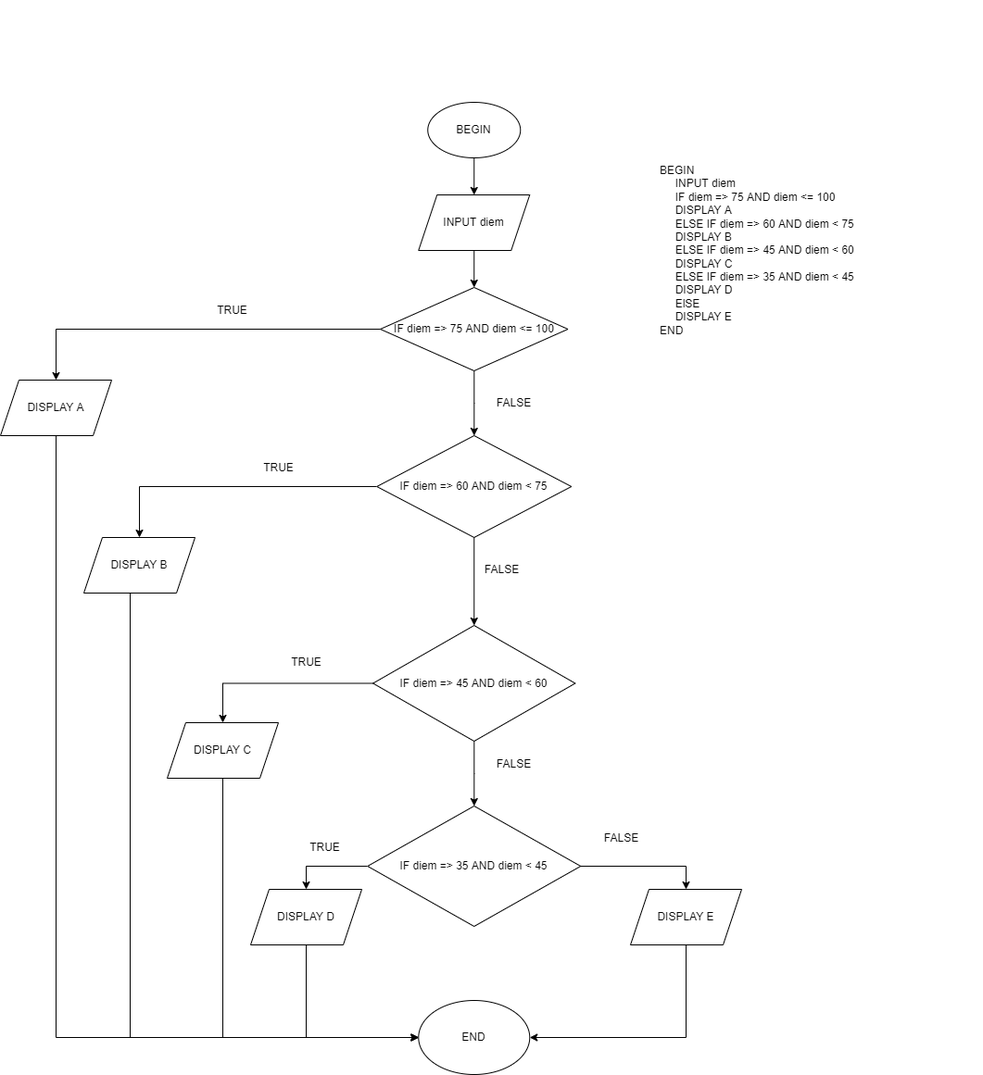
Earlier version of the draw.io export ss3_ma_gia_va _luu_do/bai_tap/mo_ta_thuat_toan_co_cau_truc_dieu_kien.drawio.png (congtranc0722g1/C0722G1-TranTanCong). Source tidied: cells renumbered, new cells last; positions are measured from the earlier drawing's top-left corner, leaving out a move shared by most shapes. The source it was exported from:
```xml
<mxGraphModel>
  <root>
    <mxCell id="0" />
    <mxCell id="1" parent="0" />
    <mxCell id="2" value="BEGIN" style="ellipse;whiteSpace=wrap;html=1;" parent="1" vertex="1">
      <mxGeometry x="461.2" y="110" width="100" height="60" as="geometry" />
    </mxCell>
    <mxCell id="3" value="INPUT diem" style="shape=parallelogram;perimeter=parallelogramPerimeter;whiteSpace=wrap;html=1;fixedSize=1;" parent="1" vertex="1">
      <mxGeometry x="451.2" y="210" width="120" height="60" as="geometry" />
    </mxCell>
    <mxCell id="4" style="edgeStyle=orthogonalEdgeStyle;rounded=0;jettySize=auto;html=1;" parent="1" edge="1" source="6" target="12">
      <mxGeometry relative="1" as="geometry" />
    </mxCell>
    <mxCell id="5" style="edgeStyle=orthogonalEdgeStyle;rounded=0;jettySize=auto;html=1;entryX=0.5;entryY=0;entryDx=0;entryDy=0;" parent="1" edge="1" source="6" target="8">
      <mxGeometry relative="1" as="geometry" />
    </mxCell>
    <mxCell id="6" value="IF diem =&gt; 75 AND diem &lt;= 100" style="rhombus;whiteSpace=wrap;html=1;" parent="1" vertex="1">
      <mxGeometry x="410" y="310" width="202.5" height="90" as="geometry" />
    </mxCell>
    <mxCell id="7" style="edgeStyle=orthogonalEdgeStyle;rounded=0;jettySize=auto;html=1;entryX=0;entryY=0.5;entryDx=0;entryDy=0;" parent="1" edge="1" source="8" target="30">
      <mxGeometry relative="1" as="geometry">
        <Array as="points">
          <mxPoint x="60" y="1120" />
        </Array>
      </mxGeometry>
    </mxCell>
    <mxCell id="8" value="DISPLAY A" style="shape=parallelogram;perimeter=parallelogramPerimeter;whiteSpace=wrap;html=1;fixedSize=1;" parent="1" vertex="1">
      <mxGeometry y="410" width="120" height="60" as="geometry" />
    </mxCell>
    <mxCell id="9" value="TRUE" style="text;html=1;align=center;verticalAlign=middle;strokeColor=none;fillColor=none;" parent="1" vertex="1">
      <mxGeometry x="220" y="320" width="60" height="30" as="geometry" />
    </mxCell>
    <mxCell id="10" style="edgeStyle=orthogonalEdgeStyle;rounded=0;jettySize=auto;html=1;entryX=0.5;entryY=0;entryDx=0;entryDy=0;" parent="1" edge="1" source="12" target="17">
      <mxGeometry relative="1" as="geometry" />
    </mxCell>
    <mxCell id="11" style="edgeStyle=orthogonalEdgeStyle;rounded=0;jettySize=auto;html=1;entryX=0.5;entryY=0;entryDx=0;entryDy=0;" parent="1" edge="1" source="12" target="21">
      <mxGeometry relative="1" as="geometry" />
    </mxCell>
    <mxCell id="12" value="IF diem =&amp;gt; 60 AND diem &amp;lt; 75" style="rhombus;whiteSpace=wrap;html=1;" parent="1" vertex="1">
      <mxGeometry x="406.2" y="470" width="210" height="110" as="geometry" />
    </mxCell>
    <mxCell id="13" value="FALSE" style="text;html=1;align=center;verticalAlign=middle;strokeColor=none;fillColor=none;" parent="1" vertex="1">
      <mxGeometry x="524" y="420" width="60" height="30" as="geometry" />
    </mxCell>
    <mxCell id="14" style="endArrow=classic;html=1;rounded=0;exitX=0.5;exitY=1;exitDx=0;exitDy=0;entryX=0.5;entryY=0;entryDx=0;entryDy=0;" parent="1" edge="1" source="2" target="3">
      <mxGeometry relative="1" as="geometry" />
    </mxCell>
    <mxCell id="15" style="endArrow=classic;html=1;rounded=0;exitX=0.5;exitY=1;exitDx=0;exitDy=0;entryX=0.5;entryY=0;entryDx=0;entryDy=0;" parent="1" edge="1" source="3" target="6">
      <mxGeometry relative="1" as="geometry" />
    </mxCell>
    <mxCell id="16" style="edgeStyle=orthogonalEdgeStyle;rounded=0;jettySize=auto;html=1;entryX=0;entryY=0.5;entryDx=0;entryDy=0;" parent="1" edge="1" source="17" target="30">
      <mxGeometry relative="1" as="geometry">
        <Array as="points">
          <mxPoint x="140" y="1120" />
        </Array>
      </mxGeometry>
    </mxCell>
    <mxCell id="17" value="DISPLAY B" style="shape=parallelogram;perimeter=parallelogramPerimeter;whiteSpace=wrap;html=1;fixedSize=1;" parent="1" vertex="1">
      <mxGeometry x="90" y="580" width="120" height="60" as="geometry" />
    </mxCell>
    <mxCell id="18" value="TRUE" style="text;html=1;align=center;verticalAlign=middle;strokeColor=none;fillColor=none;" parent="1" vertex="1">
      <mxGeometry x="270" y="490" width="60" height="30" as="geometry" />
    </mxCell>
    <mxCell id="19" style="edgeStyle=orthogonalEdgeStyle;rounded=0;jettySize=auto;html=1;entryX=0.5;entryY=0;entryDx=0;entryDy=0;" parent="1" edge="1" source="21" target="24">
      <mxGeometry relative="1" as="geometry" />
    </mxCell>
    <mxCell id="20" style="edgeStyle=orthogonalEdgeStyle;rounded=0;jettySize=auto;html=1;" parent="1" edge="1" source="21" target="28">
      <mxGeometry relative="1" as="geometry" />
    </mxCell>
    <mxCell id="21" value="IF diem =&amp;gt; 45 AND diem &amp;lt; 60" style="rhombus;whiteSpace=wrap;html=1;" parent="1" vertex="1">
      <mxGeometry x="402.1" y="675" width="218.2" height="125" as="geometry" />
    </mxCell>
    <mxCell id="22" value="FALSE" style="text;html=1;align=center;verticalAlign=middle;strokeColor=none;fillColor=none;" parent="1" vertex="1">
      <mxGeometry x="511.2" y="600" width="60" height="30" as="geometry" />
    </mxCell>
    <mxCell id="23" style="edgeStyle=orthogonalEdgeStyle;rounded=0;jettySize=auto;html=1;entryX=0;entryY=0.5;entryDx=0;entryDy=0;" parent="1" edge="1" source="24" target="30">
      <mxGeometry relative="1" as="geometry">
        <Array as="points">
          <mxPoint x="240" y="1120" />
        </Array>
      </mxGeometry>
    </mxCell>
    <mxCell id="24" value="DISPLAY C" style="shape=parallelogram;perimeter=parallelogramPerimeter;whiteSpace=wrap;html=1;fixedSize=1;" parent="1" vertex="1">
      <mxGeometry x="180" y="780" width="120" height="60" as="geometry" />
    </mxCell>
    <mxCell id="25" value="TRUE" style="text;html=1;align=center;verticalAlign=middle;strokeColor=none;fillColor=none;" parent="1" vertex="1">
      <mxGeometry x="300" y="700" width="60" height="30" as="geometry" />
    </mxCell>
    <mxCell id="26" style="edgeStyle=orthogonalEdgeStyle;rounded=0;jettySize=auto;html=1;entryX=0.5;entryY=0;entryDx=0;entryDy=0;" parent="1" edge="1" source="28" target="32">
      <mxGeometry relative="1" as="geometry" />
    </mxCell>
    <mxCell id="27" style="edgeStyle=orthogonalEdgeStyle;rounded=0;jettySize=auto;html=1;entryX=0.5;entryY=0;entryDx=0;entryDy=0;" parent="1" edge="1" source="28" target="35">
      <mxGeometry relative="1" as="geometry" />
    </mxCell>
    <mxCell id="28" value="IF diem =&amp;gt; 35 AND diem &amp;lt; 45" style="rhombus;whiteSpace=wrap;html=1;" parent="1" vertex="1">
      <mxGeometry x="396.3" y="870" width="230" height="130" as="geometry" />
    </mxCell>
    <mxCell id="29" value="FALSE" style="text;html=1;align=center;verticalAlign=middle;strokeColor=none;fillColor=none;" parent="1" vertex="1">
      <mxGeometry x="524" y="810" width="60" height="30" as="geometry" />
    </mxCell>
    <mxCell id="30" value="END" style="ellipse;whiteSpace=wrap;html=1;" parent="1" vertex="1">
      <mxGeometry x="451.3" y="1080" width="120" height="80" as="geometry" />
    </mxCell>
    <mxCell id="31" style="edgeStyle=orthogonalEdgeStyle;rounded=0;jettySize=auto;html=1;entryX=0;entryY=0.5;entryDx=0;entryDy=0;" parent="1" edge="1" source="32" target="30">
      <mxGeometry relative="1" as="geometry">
        <Array as="points">
          <mxPoint x="330" y="1120" />
        </Array>
      </mxGeometry>
    </mxCell>
    <mxCell id="32" value="DISPLAY D" style="shape=parallelogram;perimeter=parallelogramPerimeter;whiteSpace=wrap;html=1;fixedSize=1;" parent="1" vertex="1">
      <mxGeometry x="270" y="960" width="120" height="60" as="geometry" />
    </mxCell>
    <mxCell id="33" value="TRUE" style="text;html=1;align=center;verticalAlign=middle;strokeColor=none;fillColor=none;" parent="1" vertex="1">
      <mxGeometry x="320" y="900" width="60" height="30" as="geometry" />
    </mxCell>
    <mxCell id="34" style="edgeStyle=orthogonalEdgeStyle;rounded=0;jettySize=auto;html=1;entryX=1;entryY=0.5;entryDx=0;entryDy=0;" parent="1" edge="1" source="35" target="30">
      <mxGeometry relative="1" as="geometry">
        <Array as="points">
          <mxPoint x="740" y="1120" />
        </Array>
      </mxGeometry>
    </mxCell>
    <mxCell id="35" value="DISPLAY E" style="shape=parallelogram;perimeter=parallelogramPerimeter;whiteSpace=wrap;html=1;fixedSize=1;" parent="1" vertex="1">
      <mxGeometry x="680" y="960" width="120" height="60" as="geometry" />
    </mxCell>
    <mxCell id="36" value="FALSE" style="text;html=1;align=center;verticalAlign=middle;strokeColor=none;fillColor=none;" parent="1" vertex="1">
      <mxGeometry x="640" y="890" width="60" height="30" as="geometry" />
    </mxCell>
    <mxCell id="37" value="&lt;div&gt;BEGIN&lt;/div&gt;&lt;div&gt;&amp;nbsp; &amp;nbsp; &amp;nbsp;INPUT diem&lt;/div&gt;&lt;div&gt;&amp;nbsp; &amp;nbsp; &amp;nbsp;IF diem =&amp;gt; 75 AND diem &amp;lt;= 100&lt;/div&gt;&lt;div&gt;&amp;nbsp; &amp;nbsp; &amp;nbsp;DISPLAY A&lt;/div&gt;&lt;div&gt;&amp;nbsp; &amp;nbsp; &amp;nbsp;ELSE IF diem =&amp;gt; 60 AND diem &amp;lt; 75&lt;/div&gt;&lt;div&gt;&amp;nbsp; &amp;nbsp; &amp;nbsp;DISPLAY B&lt;/div&gt;&lt;div&gt;&amp;nbsp; &amp;nbsp; &amp;nbsp;ELSE IF diem =&amp;gt; 45 AND diem &amp;lt; 60&lt;/div&gt;&lt;div&gt;&amp;nbsp; &amp;nbsp; &amp;nbsp;DISPLAY C&lt;/div&gt;&lt;div&gt;&amp;nbsp; &amp;nbsp; &amp;nbsp;ELSE IF diem =&amp;gt; 35 AND diem &amp;lt; 45&lt;/div&gt;&lt;div&gt;&amp;nbsp; &amp;nbsp; &amp;nbsp;DISPLAY D&lt;/div&gt;&lt;div&gt;&amp;nbsp; &amp;nbsp; &amp;nbsp;ElSE&lt;/div&gt;&lt;div&gt;&amp;nbsp; &amp;nbsp; &amp;nbsp;DISPLAY E&lt;/div&gt;&lt;div&gt;END&lt;/div&gt;" style="text;html=1;strokeColor=none;fillColor=none;align=left;verticalAlign=middle;whiteSpace=wrap;rounded=0;" parent="1" vertex="1">
      <mxGeometry x="710" width="350" height="540" as="geometry" />
    </mxCell>
  </root>
</mxGraphModel>
```
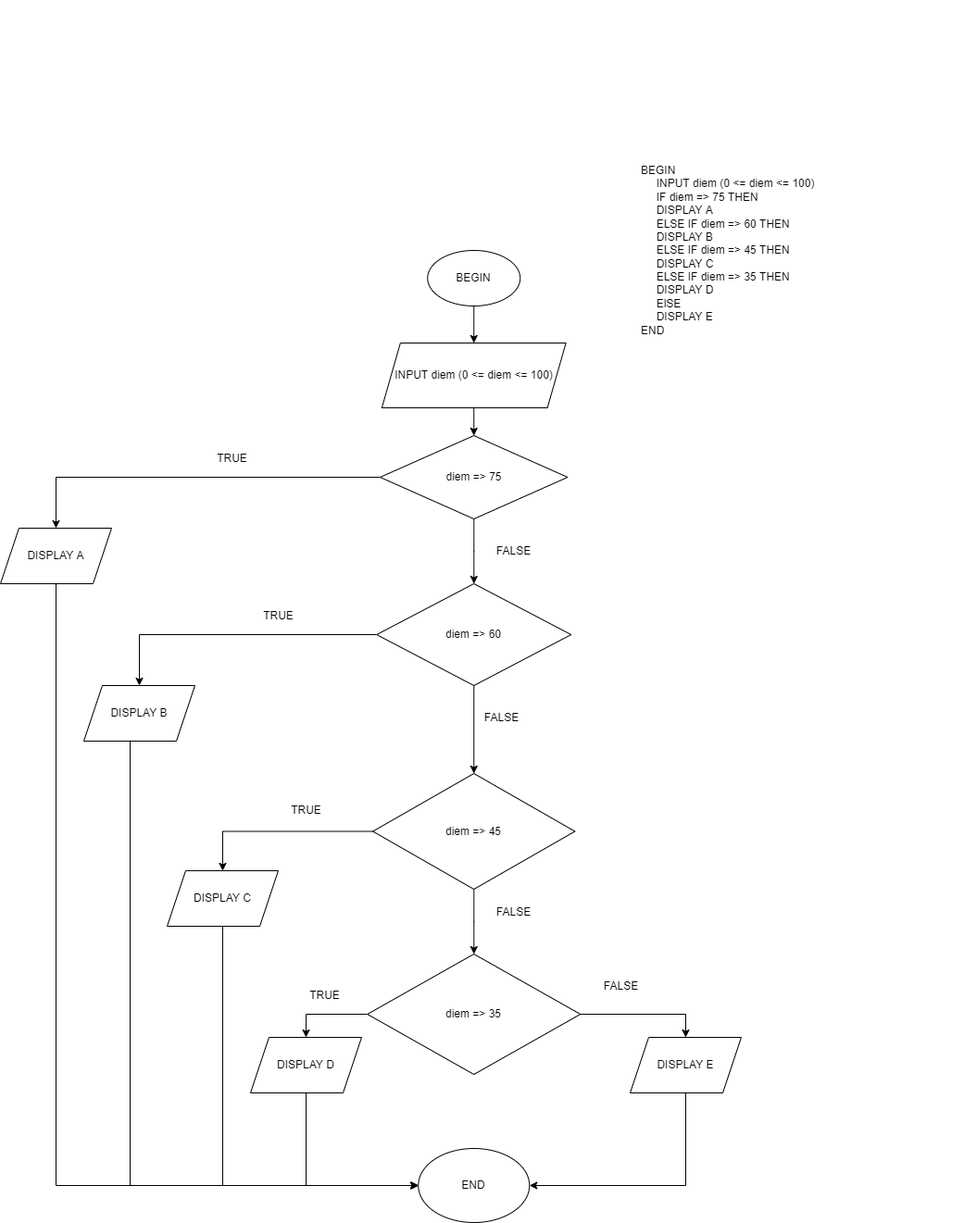
After the commit.

What changed in the source:
```diff
@@ -5,8 +5,8 @@
     <mxCell id="2" value="BEGIN" style="ellipse;whiteSpace=wrap;html=1;" parent="1" vertex="1">
       <mxGeometry x="461.2" y="110" width="100" height="60" as="geometry" />
     </mxCell>
-    <mxCell id="3" value="INPUT diem" style="shape=parallelogram;perimeter=parallelogramPerimeter;whiteSpace=wrap;html=1;fixedSize=1;" parent="1" vertex="1">
-      <mxGeometry x="451.2" y="210" width="120" height="60" as="geometry" />
+    <mxCell id="3" value="INPUT diem (0 &amp;lt;= diem &amp;lt;= 100)" style="shape=parallelogram;perimeter=parallelogramPerimeter;whiteSpace=wrap;html=1;fixedSize=1;" parent="1" vertex="1">
+      <mxGeometry x="411.9" y="210" width="198.8" height="70" as="geometry" />
     </mxCell>
     <mxCell id="4" style="edgeStyle=orthogonalEdgeStyle;rounded=0;jettySize=auto;html=1;" parent="1" edge="1" source="6" target="12">
       <mxGeometry relative="1" as="geometry" />
@@ -14,7 +14,7 @@
     <mxCell id="5" style="edgeStyle=orthogonalEdgeStyle;rounded=0;jettySize=auto;html=1;entryX=0.5;entryY=0;entryDx=0;entryDy=0;" parent="1" edge="1" source="6" target="8">
       <mxGeometry relative="1" as="geometry" />
     </mxCell>
-    <mxCell id="6" value="IF diem =&gt; 75 AND diem &lt;= 100" style="rhombus;whiteSpace=wrap;html=1;" parent="1" vertex="1">
+    <mxCell id="6" value="diem =&amp;gt; 75" style="rhombus;whiteSpace=wrap;html=1;" parent="1" vertex="1">
       <mxGeometry x="410" y="310" width="202.5" height="90" as="geometry" />
     </mxCell>
     <mxCell id="7" style="edgeStyle=orthogonalEdgeStyle;rounded=0;jettySize=auto;html=1;entryX=0;entryY=0.5;entryDx=0;entryDy=0;" parent="1" edge="1" source="8" target="30">
@@ -36,7 +36,7 @@
     <mxCell id="11" style="edgeStyle=orthogonalEdgeStyle;rounded=0;jettySize=auto;html=1;entryX=0.5;entryY=0;entryDx=0;entryDy=0;" parent="1" edge="1" source="12" target="21">
       <mxGeometry relative="1" as="geometry" />
     </mxCell>
-    <mxCell id="12" value="IF diem =&amp;gt; 60 AND diem &amp;lt; 75" style="rhombus;whiteSpace=wrap;html=1;" parent="1" vertex="1">
+    <mxCell id="12" value="diem =&amp;gt; 60" style="rhombus;whiteSpace=wrap;html=1;" parent="1" vertex="1">
       <mxGeometry x="406.2" y="470" width="210" height="110" as="geometry" />
     </mxCell>
     <mxCell id="13" value="FALSE" style="text;html=1;align=center;verticalAlign=middle;strokeColor=none;fillColor=none;" parent="1" vertex="1">
@@ -67,7 +67,7 @@
     <mxCell id="20" style="edgeStyle=orthogonalEdgeStyle;rounded=0;jettySize=auto;html=1;" parent="1" edge="1" source="21" target="28">
       <mxGeometry relative="1" as="geometry" />
     </mxCell>
-    <mxCell id="21" value="IF diem =&amp;gt; 45 AND diem &amp;lt; 60" style="rhombus;whiteSpace=wrap;html=1;" parent="1" vertex="1">
+    <mxCell id="21" value="diem =&amp;gt; 45" style="rhombus;whiteSpace=wrap;html=1;" parent="1" vertex="1">
       <mxGeometry x="402.1" y="675" width="218.2" height="125" as="geometry" />
     </mxCell>
     <mxCell id="22" value="FALSE" style="text;html=1;align=center;verticalAlign=middle;strokeColor=none;fillColor=none;" parent="1" vertex="1">
@@ -92,7 +92,7 @@
     <mxCell id="27" style="edgeStyle=orthogonalEdgeStyle;rounded=0;jettySize=auto;html=1;entryX=0.5;entryY=0;entryDx=0;entryDy=0;" parent="1" edge="1" source="28" target="35">
       <mxGeometry relative="1" as="geometry" />
     </mxCell>
-    <mxCell id="28" value="IF diem =&amp;gt; 35 AND diem &amp;lt; 45" style="rhombus;whiteSpace=wrap;html=1;" parent="1" vertex="1">
+    <mxCell id="28" value="diem =&amp;gt; 35" style="rhombus;whiteSpace=wrap;html=1;" parent="1" vertex="1">
       <mxGeometry x="396.3" y="870" width="230" height="130" as="geometry" />
     </mxCell>
     <mxCell id="29" value="FALSE" style="text;html=1;align=center;verticalAlign=middle;strokeColor=none;fillColor=none;" parent="1" vertex="1">
@@ -127,8 +127,8 @@
     <mxCell id="36" value="FALSE" style="text;html=1;align=center;verticalAlign=middle;strokeColor=none;fillColor=none;" parent="1" vertex="1">
       <mxGeometry x="640" y="890" width="60" height="30" as="geometry" />
     </mxCell>
-    <mxCell id="37" value="&lt;div&gt;BEGIN&lt;/div&gt;&lt;div&gt;&amp;nbsp; &amp;nbsp; &amp;nbsp;INPUT diem&lt;/div&gt;&lt;div&gt;&amp;nbsp; &amp;nbsp; &amp;nbsp;IF diem =&amp;gt; 75 AND diem &amp;lt;= 100&lt;/div&gt;&lt;div&gt;&amp;nbsp; &amp;nbsp; &amp;nbsp;DISPLAY A&lt;/div&gt;&lt;div&gt;&amp;nbsp; &amp;nbsp; &amp;nbsp;ELSE IF diem =&amp;gt; 60 AND diem &amp;lt; 75&lt;/div&gt;&lt;div&gt;&amp;nbsp; &amp;nbsp; &amp;nbsp;DISPLAY B&lt;/div&gt;&lt;div&gt;&amp;nbsp; &amp;nbsp; &amp;nbsp;ELSE IF diem =&amp;gt; 45 AND diem &amp;lt; 60&lt;/div&gt;&lt;div&gt;&amp;nbsp; &amp;nbsp; &amp;nbsp;DISPLAY C&lt;/div&gt;&lt;div&gt;&amp;nbsp; &amp;nbsp; &amp;nbsp;ELSE IF diem =&amp;gt; 35 AND diem &amp;lt; 45&lt;/div&gt;&lt;div&gt;&amp;nbsp; &amp;nbsp; &amp;nbsp;DISPLAY D&lt;/div&gt;&lt;div&gt;&amp;nbsp; &amp;nbsp; &amp;nbsp;ElSE&lt;/div&gt;&lt;div&gt;&amp;nbsp; &amp;nbsp; &amp;nbsp;DISPLAY E&lt;/div&gt;&lt;div&gt;END&lt;/div&gt;" style="text;html=1;strokeColor=none;fillColor=none;align=left;verticalAlign=middle;whiteSpace=wrap;rounded=0;" parent="1" vertex="1">
-      <mxGeometry x="710" width="350" height="540" as="geometry" />
+    <mxCell id="37" value="&lt;div&gt;BEGIN&lt;/div&gt;&lt;div&gt;&amp;nbsp; &amp;nbsp; &amp;nbsp;INPUT diem (0 &amp;lt;= diem &amp;lt;= 100)&lt;/div&gt;&lt;div&gt;&amp;nbsp; &amp;nbsp; &amp;nbsp;IF diem =&amp;gt; 75 THEN&lt;/div&gt;&lt;div&gt;&amp;nbsp; &amp;nbsp; &amp;nbsp;DISPLAY A&lt;/div&gt;&lt;div&gt;&amp;nbsp; &amp;nbsp; &amp;nbsp;ELSE IF diem =&amp;gt; 60 THEN&lt;/div&gt;&lt;div&gt;&amp;nbsp; &amp;nbsp; &amp;nbsp;DISPLAY B&lt;/div&gt;&lt;div&gt;&amp;nbsp; &amp;nbsp; &amp;nbsp;ELSE IF diem =&amp;gt; 45 THEN&lt;/div&gt;&lt;div&gt;&amp;nbsp; &amp;nbsp; &amp;nbsp;DISPLAY C&lt;/div&gt;&lt;div&gt;&amp;nbsp; &amp;nbsp; &amp;nbsp;ELSE IF diem =&amp;gt; 35 THEN&lt;/div&gt;&lt;div&gt;&amp;nbsp; &amp;nbsp; &amp;nbsp;DISPLAY D&lt;/div&gt;&lt;div&gt;&amp;nbsp; &amp;nbsp; &amp;nbsp;ElSE&lt;/div&gt;&lt;div&gt;&amp;nbsp; &amp;nbsp; &amp;nbsp;DISPLAY E&lt;/div&gt;&lt;div&gt;END&lt;/div&gt;" style="text;html=1;strokeColor=none;fillColor=none;align=left;verticalAlign=middle;whiteSpace=wrap;rounded=0;" parent="1" vertex="1">
+      <mxGeometry x="690" y="-160" width="350" height="540" as="geometry" />
     </mxCell>
   </root>
 </mxGraphModel>
```
